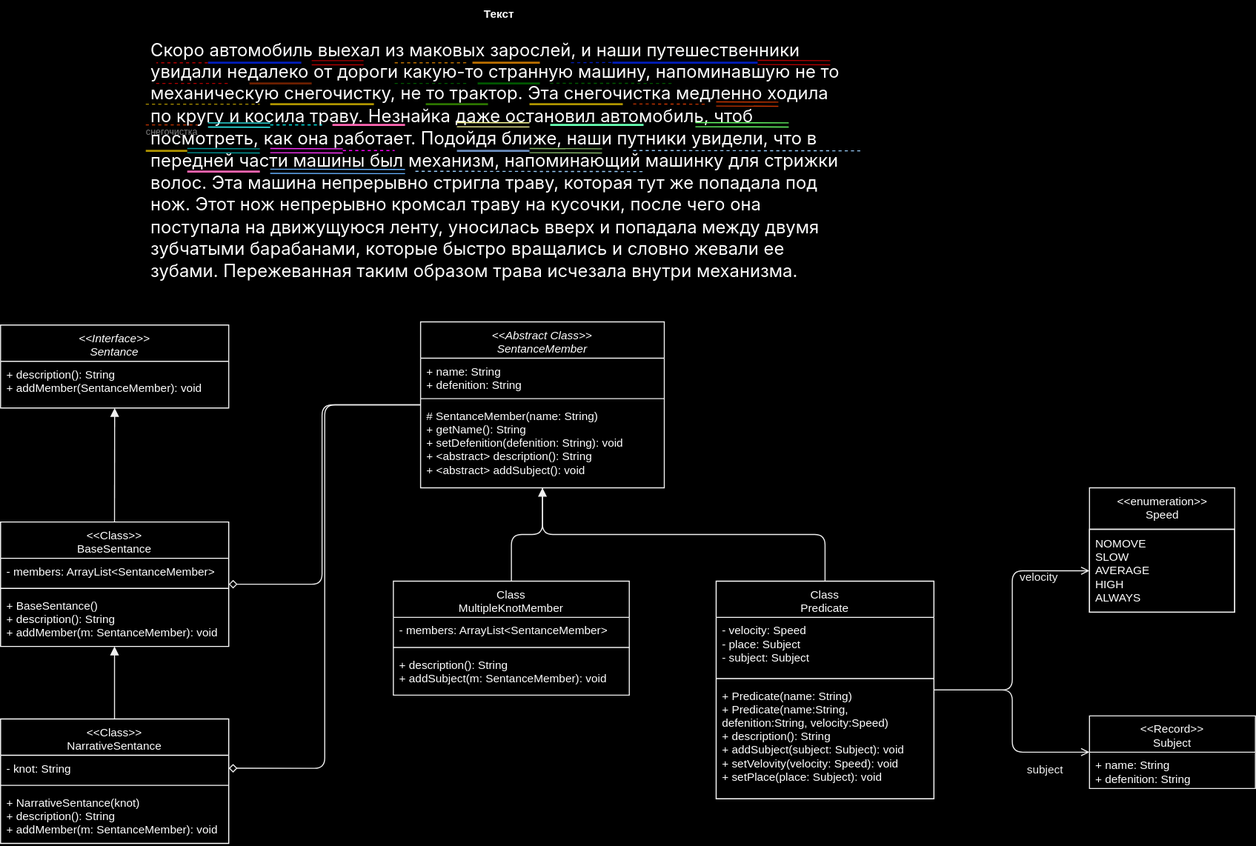
The draw.io diagram Programming/Lab3/scheme/Scheme.svg in Dmitrylesnoy/ITMO-study-labs, before a commit. Source tidied: cells renumbered, new cells last; positions are measured from the earlier drawing's top-left corner, leaving out a move shared by most shapes.
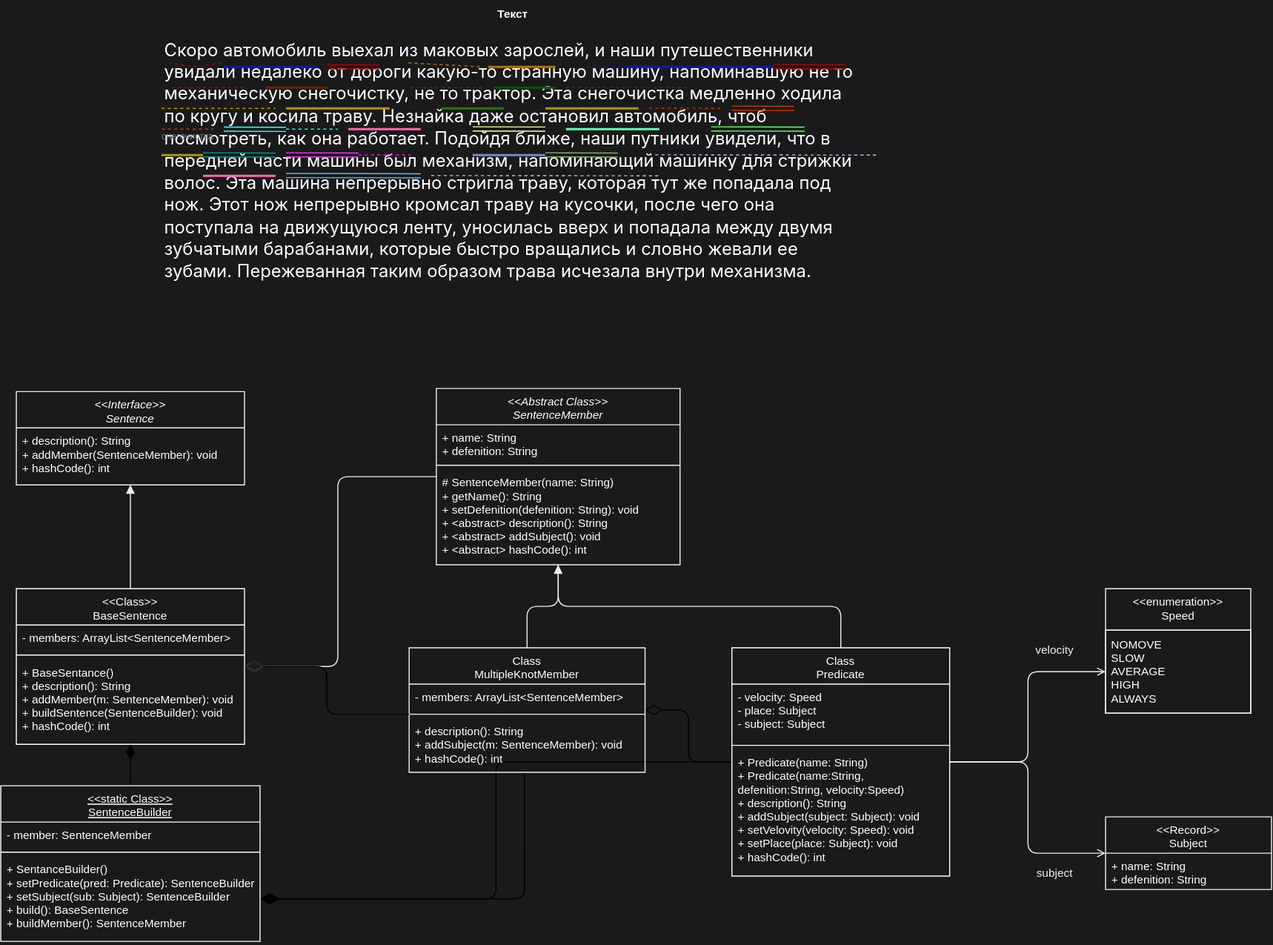
After the commit.

What changed in the source:
```diff
@@ -1,2 +1,2 @@
-<mxGraphModel background="#000000">
+<mxGraphModel background="#1A1A1A">
   <root>
@@ -5,3 +5,3 @@
     <mxCell id="2" value="&lt;h1 style=&quot;text-align: center; font-size: 11px;&quot;&gt;&lt;font color=&quot;#ffffff&quot;&gt;Текст&lt;/font&gt;&lt;/h1&gt;&lt;p style=&quot;font-size: 17px;&quot;&gt;&lt;span style=&quot;font-family: -apple-system, BlinkMacSystemFont, &amp;quot;Segoe UI&amp;quot;, Roboto, &amp;quot;Helvetica Neue&amp;quot;, Arial, &amp;quot;Noto Sans&amp;quot;, sans-serif, &amp;quot;Apple Color Emoji&amp;quot;, &amp;quot;Segoe UI Emoji&amp;quot;, &amp;quot;Segoe UI Symbol&amp;quot;, &amp;quot;Noto Color Emoji&amp;quot;;&quot;&gt;&lt;font color=&quot;#ffffff&quot;&gt;Скоро автомобиль выехал из маковых зарослей, и наши путешественники увидали недалеко от дороги какую-то странную машину, напоминавшую не то механическую снегочистку, не то трактор. Эта снегочистка медленно ходила по кругу и косила траву. Незнайка даже остановил автомобиль, чтоб посмотреть, как она работает. Подойдя ближе, наши путники увидели, что в передней части машины был механизм, напоминающий машинку для стрижки волос. Эта машина непрерывно стригла траву, которая тут же попадала под нож. Этот нож непрерывно кромсал траву на кусочки, после чего она поступала на движущуюся ленту, уносилась вверх и попадала между двумя зубчатыми барабанами, которые быстро вращались и словно жевали ее зубами. Пережеванная таким образом трава исчезала внутри механизма.&lt;/font&gt;&lt;/span&gt;&lt;br style=&quot;font-size: 11px;&quot;&gt;&lt;/p&gt;" style="text;html=1;strokeColor=none;fillColor=none;spacing=5;spacingTop=-20;whiteSpace=wrap;overflow=hidden;rounded=0;fontSize=11;" parent="1" vertex="1">
-      <mxGeometry x="140" width="680" height="300" as="geometry" />
+      <mxGeometry x="138" y="-4" width="680" height="300" as="geometry" />
     </mxCell>
@@ -167,3 +167,3 @@
     <mxCell id="36" value="&lt;&lt;Record&gt;&gt;&#10;Subject" style="swimlane;fontStyle=0;align=center;verticalAlign=top;horizontal=1;startSize=35;rounded=0;shadow=0;glass=0;labelBackgroundColor=none;strokeColor=#F0F0F0;fontSize=11;fontColor=#FFFFFF;fillColor=none;gradientColor=none;" parent="1" vertex="1">
-      <mxGeometry x="1050" y="680" width="160" height="70" as="geometry" />
+      <mxGeometry x="1050.3" y="773" width="160" height="70" as="geometry" />
     </mxCell>
@@ -172,6 +172,6 @@
     </mxCell>
-    <mxCell id="38" style="edgeStyle=elbowEdgeStyle;html=1;strokeColor=#F0F0F0;strokeWidth=1;fontSize=11;fontColor=#FFFFFF;startArrow=none;startFill=0;endArrow=diamond;endFill=0;exitX=0;exitY=0.5;exitDx=0;exitDy=0;" parent="1" edge="1" source="41" target="64">
+    <mxCell id="38" style="edgeStyle=elbowEdgeStyle;html=1;strokeColor=#F0F0F0;strokeWidth=1;fontSize=11;fontColor=#FFFFFF;startArrow=none;startFill=0;endArrow=diamondThin;endFill=0;exitX=0;exitY=0.5;exitDx=0;exitDy=0;startSize=15;endSize=16;" parent="1" edge="1" source="41" target="64">
       <mxGeometry relative="1" as="geometry">
         <Array as="points">
-          <mxPoint x="310" y="470" />
+          <mxPoint x="310" y="530" />
         </Array>
@@ -179,5 +179,2 @@
     </mxCell>
-    <mxCell id="39" style="edgeStyle=orthogonalEdgeStyle;html=1;entryX=1;entryY=0.5;entryDx=0;entryDy=0;strokeColor=#F0F0F0;strokeWidth=1;fontSize=11;fontColor=#FFFFFF;startArrow=none;startFill=0;endArrow=diamond;endFill=0;exitX=0;exitY=0.5;exitDx=0;exitDy=0;" parent="1" edge="1" source="41" target="69">
-      <mxGeometry relative="1" as="geometry" />
-    </mxCell>
     <mxCell id="40" style="edgeStyle=orthogonalEdgeStyle;html=1;strokeColor=#F0F0F0;strokeWidth=1;fontSize=11;fontColor=#FFFFFF;startArrow=none;startFill=0;endArrow=none;endFill=0;" parent="1" edge="1" source="41" target="72">
@@ -185,4 +182,4 @@
     </mxCell>
-    <mxCell id="41" value="&lt;&lt;Abstract Class&gt;&gt;&#10;SentanсeMember" style="swimlane;fontStyle=2;align=center;verticalAlign=top;horizontal=1;startSize=35;rounded=0;shadow=0;glass=0;labelBackgroundColor=none;strokeColor=#F0F0F0;fontSize=11;fontColor=#FFFFFF;fillColor=none;gradientColor=none;" parent="1" vertex="1">
-      <mxGeometry x="405" y="300" width="235" height="160" as="geometry" />
+    <mxCell id="41" value="&lt;&lt;Abstract Class&gt;&gt;&#10;SentenсeMember" style="swimlane;fontStyle=2;align=center;verticalAlign=top;horizontal=1;startSize=35;rounded=0;shadow=0;glass=0;labelBackgroundColor=none;strokeColor=#F0F0F0;fontSize=11;fontColor=#FFFFFF;fillColor=none;gradientColor=none;" parent="1" vertex="1">
+      <mxGeometry x="405" y="360" width="235" height="170" as="geometry" />
     </mxCell>
@@ -194,4 +191,4 @@
     </mxCell>
-    <mxCell id="44" value="# SentanceMember(name: String)&#10;+ getName(): String&#10;+ setDefenition(defenition: String): void&#10;+ &lt;abstract&gt; description(): String&#10;+ &lt;abstract&gt; addSubject(): void" style="text;strokeColor=none;fillColor=none;align=left;verticalAlign=top;spacingLeft=4;spacingRight=4;overflow=hidden;rounded=0;shadow=0;glass=0;labelBackgroundColor=none;fontSize=11;fontColor=#FFFFFF;" parent="41" vertex="1">
-      <mxGeometry y="78" width="235" height="82" as="geometry" />
+    <mxCell id="44" value="# SentenceMember(name: String)&#10;+ getName(): String&#10;+ setDefenition(defenition: String): void&#10;+ &lt;abstract&gt; description(): String&#10;+ &lt;abstract&gt; addSubject(): void&#10;+ &lt;abstract&gt; hashCode(): int" style="text;strokeColor=none;fillColor=none;align=left;verticalAlign=top;spacingLeft=4;spacingRight=4;overflow=hidden;rounded=0;shadow=0;glass=0;labelBackgroundColor=none;fontSize=11;fontColor=#FFFFFF;" parent="41" vertex="1">
+      <mxGeometry y="78" width="235" height="92" as="geometry" />
     </mxCell>
@@ -202,3 +199,3 @@
       <mxGeometry x="0.19" relative="1" as="geometry">
-        <mxPoint x="25" y="-28" as="offset" />
+        <mxPoint x="25" y="-43" as="offset" />
       </mxGeometry>
@@ -213,4 +210,10 @@
     </mxCell>
+    <mxCell id="76" style="edgeStyle=orthogonalEdgeStyle;html=1;endArrow=diamondThin;endFill=0;jumpSize=10;endSize=14;" parent="1" edge="1" source="49" target="72">
+      <mxGeometry relative="1" as="geometry" />
+    </mxCell>
+    <mxCell id="77" style="edgeStyle=orthogonalEdgeStyle;jumpSize=10;html=1;endArrow=diamondThin;endFill=0;startSize=16;endSize=16;" parent="1" edge="1" source="49" target="83">
+      <mxGeometry relative="1" as="geometry" />
+    </mxCell>
     <mxCell id="49" value="Class&#10;Predicate" style="swimlane;fontStyle=0;align=center;verticalAlign=top;horizontal=1;startSize=35;rounded=0;shadow=0;glass=0;labelBackgroundColor=none;strokeColor=#FFFFFF;fontSize=11;fontColor=#FFFFFF;fillColor=none;gradientColor=none;" parent="1" vertex="1">
-      <mxGeometry x="690" y="550" width="210" height="210" as="geometry" />
+      <mxGeometry x="690" y="610" width="210" height="220" as="geometry" />
     </mxCell>
@@ -222,4 +225,4 @@
     </mxCell>
-    <mxCell id="52" value="+ Predicate(name: String)&#10;+ Predicate(name:String, &#10;defenition:String, velocity:Speed)&#10;+ description(): String&#10;+ addSubject(subject: Subject): void&#10;+ setVelovity(velocity: Speed): void&#10;+ setPlace(place: Subject): void&#10;" style="text;strokeColor=none;fillColor=none;align=left;verticalAlign=top;spacingLeft=4;spacingRight=4;overflow=hidden;rounded=0;shadow=0;glass=0;labelBackgroundColor=none;fontSize=11;fontColor=#FFFFFF;" parent="49" vertex="1">
-      <mxGeometry y="98" width="210" height="112" as="geometry" />
+    <mxCell id="52" value="+ Predicate(name: String)&#10;+ Predicate(name:String, &#10;defenition:String, velocity:Speed)&#10;+ description(): String&#10;+ addSubject(subject: Subject): void&#10;+ setVelovity(velocity: Speed): void&#10;+ setPlace(place: Subject): void&#10;+ hashCode(): int" style="text;strokeColor=none;fillColor=none;align=left;verticalAlign=top;spacingLeft=4;spacingRight=4;overflow=hidden;rounded=0;shadow=0;glass=0;labelBackgroundColor=none;fontSize=11;fontColor=#FFFFFF;" parent="49" vertex="1">
+      <mxGeometry y="98" width="210" height="122" as="geometry" />
     </mxCell>
@@ -229,3 +232,3 @@
     <mxCell id="54" value="&amp;lt;&amp;lt;enumeration&amp;gt;&amp;gt;&lt;br style=&quot;font-size: 11px;&quot;&gt;Speed" style="swimlane;fontStyle=0;align=center;verticalAlign=top;horizontal=1;startSize=40;html=1;fontSize=11;fillColor=none;fontColor=#FFFFFF;strokeColor=#F0F0F0;" parent="1" vertex="1">
-      <mxGeometry x="1050" y="460" width="140" height="120" as="geometry" />
+      <mxGeometry x="1050.3" y="553" width="140" height="120" as="geometry" />
     </mxCell>
@@ -234,12 +237,10 @@
     </mxCell>
-    <mxCell id="56" style="edgeStyle=elbowEdgeStyle;html=1;strokeColor=#F0F0F0;strokeWidth=1;fontSize=11;fontColor=#FFFFFF;startArrow=block;startFill=1;endArrow=none;endFill=0;" parent="1" edge="1" target="64">
-      <mxGeometry relative="1" as="geometry">
-        <mxPoint x="110" y="383" as="sourcePoint" />
-      </mxGeometry>
+    <mxCell id="56" style="edgeStyle=elbowEdgeStyle;html=1;strokeColor=#F0F0F0;strokeWidth=1;fontSize=11;fontColor=#FFFFFF;startArrow=block;startFill=1;endArrow=none;endFill=0;" parent="1" edge="1" source="57" target="64">
+      <mxGeometry relative="1" as="geometry" />
     </mxCell>
-    <mxCell id="57" value="&lt;&lt;Interface&gt;&gt;&#10;Sentanсe" style="swimlane;fontStyle=2;align=center;verticalAlign=top;horizontal=1;startSize=35;rounded=0;shadow=0;glass=0;labelBackgroundColor=none;strokeColor=#F0F0F0;fontSize=11;fontColor=#FFFFFF;fillColor=none;gradientColor=none;" parent="1" vertex="1">
-      <mxGeometry y="303" width="220" height="80" as="geometry" />
+    <mxCell id="57" value="&lt;&lt;Interface&gt;&gt;&#10;Sentenсe" style="swimlane;fontStyle=2;align=center;verticalAlign=top;horizontal=1;startSize=35;rounded=0;shadow=0;glass=0;labelBackgroundColor=none;strokeColor=#F0F0F0;fontSize=11;fontColor=#FFFFFF;fillColor=none;gradientColor=none;" parent="1" vertex="1">
+      <mxGeometry y="363" width="220" height="90" as="geometry" />
     </mxCell>
-    <mxCell id="58" value="+ description(): String&#10;+ addMember(SentanceMember): void&#10;" style="text;strokeColor=none;fillColor=none;align=left;verticalAlign=top;spacingLeft=4;spacingRight=4;overflow=hidden;rounded=0;shadow=0;glass=0;labelBackgroundColor=none;fontSize=11;fontColor=#FFFFFF;" parent="57" vertex="1">
-      <mxGeometry y="35" width="220" height="45" as="geometry" />
+    <mxCell id="58" value="+ description(): String&#10;+ addMember(SentenceMember): void&#10;+ hashCode(): int" style="text;strokeColor=none;fillColor=none;align=left;verticalAlign=top;spacingLeft=4;spacingRight=4;overflow=hidden;rounded=0;shadow=0;glass=0;labelBackgroundColor=none;fontSize=11;fontColor=#FFFFFF;" parent="57" vertex="1">
+      <mxGeometry y="35" width="220" height="55" as="geometry" />
     </mxCell>
@@ -266,9 +267,6 @@
     </mxCell>
-    <mxCell id="63" style="edgeStyle=elbowEdgeStyle;html=1;strokeColor=#F0F0F0;strokeWidth=1;fontSize=11;fontColor=#FFFFFF;startArrow=block;startFill=1;endArrow=none;endFill=0;" parent="1" edge="1" source="64" target="68">
-      <mxGeometry relative="1" as="geometry" />
-    </mxCell>
-    <mxCell id="64" value="&lt;&lt;Class&gt;&gt;&#10;BaseSentance" style="swimlane;fontStyle=0;align=center;verticalAlign=top;horizontal=1;startSize=35;rounded=0;shadow=0;glass=0;labelBackgroundColor=none;strokeColor=#FFFFFF;fontSize=11;fontColor=#FFFFFF;fillColor=none;gradientColor=none;" parent="1" vertex="1">
-      <mxGeometry y="493" width="220" height="120" as="geometry" />
+    <mxCell id="64" value="&lt;&lt;Class&gt;&gt;&#10;BaseSentence" style="swimlane;fontStyle=0;align=center;verticalAlign=top;horizontal=1;startSize=35;rounded=0;shadow=0;glass=0;labelBackgroundColor=none;strokeColor=#FFFFFF;fontSize=11;fontColor=#FFFFFF;fillColor=none;gradientColor=none;" parent="1" vertex="1">
+      <mxGeometry y="553" width="220" height="150" as="geometry" />
     </mxCell>
-    <mxCell id="65" value="- members: ArrayList&lt;SentanceMember&gt;" style="text;strokeColor=none;fillColor=none;align=left;verticalAlign=top;spacingLeft=4;spacingRight=4;overflow=hidden;rounded=0;shadow=0;glass=0;labelBackgroundColor=none;fontSize=11;fontColor=#FFFFFF;" parent="64" vertex="1">
+    <mxCell id="65" value="- members: ArrayList&lt;SentenceMember&gt;" style="text;strokeColor=none;fillColor=none;align=left;verticalAlign=top;spacingLeft=4;spacingRight=4;overflow=hidden;rounded=0;shadow=0;glass=0;labelBackgroundColor=none;fontSize=11;fontColor=#FFFFFF;" parent="64" vertex="1">
       <mxGeometry y="35" width="220" height="25" as="geometry" />
@@ -278,21 +276,12 @@
     </mxCell>
-    <mxCell id="67" value="+ BaseSentance()&#10;+ description(): String&#10;+ addMember(m: SentanceMember): void" style="text;strokeColor=none;fillColor=none;align=left;verticalAlign=top;spacingLeft=4;spacingRight=4;overflow=hidden;rounded=0;shadow=0;glass=0;labelBackgroundColor=none;fontSize=11;fontColor=#FFFFFF;" parent="64" vertex="1">
-      <mxGeometry y="68" width="220" height="52" as="geometry" />
+    <mxCell id="67" value="+ BaseSentance()&#10;+ description(): String&#10;+ addMember(m: SentenceMember): void&#10;+ buildSentence(SentenceBuilder): void&#10;+ hashCode(): int" style="text;strokeColor=none;fillColor=none;align=left;verticalAlign=top;spacingLeft=4;spacingRight=4;overflow=hidden;rounded=0;shadow=0;glass=0;labelBackgroundColor=none;fontSize=11;fontColor=#FFFFFF;" parent="64" vertex="1">
+      <mxGeometry y="68" width="220" height="82" as="geometry" />
     </mxCell>
-    <mxCell id="68" value="&lt;&lt;Class&gt;&gt;&#10;NarrativeSentance" style="swimlane;fontStyle=0;align=center;verticalAlign=top;horizontal=1;startSize=35;rounded=0;shadow=0;glass=0;labelBackgroundColor=none;strokeColor=#FFFFFF;fontSize=11;fontColor=#FFFFFF;fillColor=none;gradientColor=none;" parent="1" vertex="1">
-      <mxGeometry y="683" width="220" height="120" as="geometry" />
-    </mxCell>
-    <mxCell id="69" value="- knot: String" style="text;strokeColor=none;fillColor=none;align=left;verticalAlign=top;spacingLeft=4;spacingRight=4;overflow=hidden;points=[[0,0.5],[1,0.5]];portConstraint=eastwest;rounded=0;shadow=0;glass=0;labelBackgroundColor=none;fontSize=11;fontColor=#FFFFFF;" parent="68" vertex="1">
-      <mxGeometry y="35" width="220" height="25" as="geometry" />
-    </mxCell>
-    <mxCell id="70" style="line;strokeWidth=1;fillColor=none;align=left;verticalAlign=middle;spacingTop=-1;spacingLeft=3;spacingRight=3;labelPosition=right;strokeColor=inherit;rounded=0;shadow=0;glass=0;labelBackgroundColor=none;fontSize=11;fontColor=#FFFFFF;" parent="68" vertex="1">
-      <mxGeometry y="60" width="220" height="8" as="geometry" />
-    </mxCell>
-    <mxCell id="71" value="+ NarrativeSentance(knot)&#10;+ description(): String&#10;+ addMember(m: SentanceMember): void" style="text;strokeColor=none;fillColor=none;align=left;verticalAlign=top;spacingLeft=4;spacingRight=4;overflow=hidden;rounded=0;shadow=0;glass=0;labelBackgroundColor=none;fontSize=11;fontColor=#FFFFFF;" parent="68" vertex="1">
-      <mxGeometry y="68" width="220" height="52" as="geometry" />
-    </mxCell>
+    <mxCell id="78" style="edgeStyle=orthogonalEdgeStyle;jumpSize=10;html=1;endArrow=diamondThin;endFill=1;endSize=14;exitX=0.489;exitY=1;exitDx=0;exitDy=0;exitPerimeter=0;" parent="1" edge="1" source="75" target="83">
+      <mxGeometry relative="1" as="geometry" />
+    </mxCell>
     <mxCell id="72" value="Class&#10;MultipleKnotMember" style="swimlane;fontStyle=0;align=center;verticalAlign=top;horizontal=1;startSize=35;rounded=0;shadow=0;glass=0;labelBackgroundColor=none;strokeColor=#F0F0F0;fontSize=11;fontColor=#FFFFFF;fillColor=none;gradientColor=none;" parent="1" vertex="1">
-      <mxGeometry x="378.8" y="550" width="227.5" height="110" as="geometry" />
+      <mxGeometry x="378.8" y="610" width="227.5" height="120" as="geometry" />
     </mxCell>
-    <mxCell id="73" value="- members: ArrayList&lt;SentanceMember&gt;" style="text;strokeColor=none;fillColor=none;align=left;verticalAlign=top;spacingLeft=4;spacingRight=4;overflow=hidden;rounded=0;shadow=0;glass=0;labelBackgroundColor=none;fontSize=11;fontColor=#FFFFFF;" parent="72" vertex="1">
+    <mxCell id="73" value="- members: ArrayList&lt;SentenceMember&gt;" style="text;strokeColor=none;fillColor=none;align=left;verticalAlign=top;spacingLeft=4;spacingRight=4;overflow=hidden;rounded=0;shadow=0;glass=0;labelBackgroundColor=none;fontSize=11;fontColor=#FFFFFF;" parent="72" vertex="1">
       <mxGeometry y="35" width="227.5" height="25" as="geometry" />
@@ -302,5 +291,23 @@
     </mxCell>
-    <mxCell id="75" value="+ description(): String&#10;+ addSubject(m: SentanceMember): void" style="text;strokeColor=none;fillColor=none;align=left;verticalAlign=top;spacingLeft=4;spacingRight=4;overflow=hidden;points=[[0,0.5],[1,0.5]];portConstraint=eastwest;rounded=0;shadow=0;glass=0;labelBackgroundColor=none;fontSize=11;fontColor=#FFFFFF;" parent="72" vertex="1">
-      <mxGeometry y="68" width="227.5" height="42" as="geometry" />
+    <mxCell id="75" value="+ description(): String&#10;+ addSubject(m: SentenceMember): void&#10;+ hashCode(): int" style="text;strokeColor=none;fillColor=none;align=left;verticalAlign=top;spacingLeft=4;spacingRight=4;overflow=hidden;points=[[0,0.5],[1,0.5]];portConstraint=eastwest;rounded=0;shadow=0;glass=0;labelBackgroundColor=none;fontSize=11;fontColor=#FFFFFF;" parent="72" vertex="1">
+      <mxGeometry y="68" width="227.5" height="52" as="geometry" />
     </mxCell>
+    <mxCell id="79" style="edgeStyle=none;html=1;endArrow=diamondThin;endFill=1;jumpSize=7;endSize=12;" parent="1" edge="1" source="80" target="64">
+      <mxGeometry relative="1" as="geometry" />
+    </mxCell>
+    <mxCell id="80" value="&lt;&lt;static Class&gt;&gt;&#10;SentenceBuilder" style="swimlane;fontStyle=4;align=center;verticalAlign=top;horizontal=1;startSize=35;rounded=0;shadow=0;glass=0;labelBackgroundColor=none;strokeColor=#FFFFFF;fontSize=11;fontColor=#FFFFFF;fillColor=none;gradientColor=none;" parent="1" vertex="1">
+      <mxGeometry x="-15" y="743" width="250" height="150" as="geometry" />
+    </mxCell>
+    <mxCell id="81" value="- member: SentenceMember" style="text;strokeColor=none;fillColor=none;align=left;verticalAlign=top;spacingLeft=4;spacingRight=4;overflow=hidden;rounded=0;shadow=0;glass=0;labelBackgroundColor=none;fontSize=11;fontColor=#FFFFFF;" parent="80" vertex="1">
+      <mxGeometry y="35" width="250" height="25" as="geometry" />
+    </mxCell>
+    <mxCell id="82" style="line;strokeWidth=1;fillColor=none;align=left;verticalAlign=middle;spacingTop=-1;spacingLeft=3;spacingRight=3;labelPosition=right;strokeColor=inherit;rounded=0;shadow=0;glass=0;labelBackgroundColor=none;fontSize=11;fontColor=#FFFFFF;" parent="80" vertex="1">
+      <mxGeometry y="60" width="250" height="8" as="geometry" />
+    </mxCell>
+    <mxCell id="83" value="+ SentanceBuilder()&#10;+ setPredicate(pred: Predicate): SentenceBuilder&#10;+ setSubject(sub: Subject): SentenceBuilder&#10;+ build(): BaseSentence&#10;+ buildMember(): SentenceMember&#10;" style="text;strokeColor=none;fillColor=none;align=left;verticalAlign=top;spacingLeft=4;spacingRight=4;overflow=hidden;points=[[0,0.5],[1,0.5]];portConstraint=eastwest;rounded=0;shadow=0;glass=0;labelBackgroundColor=none;fontSize=11;fontColor=#FFFFFF;" parent="80" vertex="1">
+      <mxGeometry y="68" width="250" height="82" as="geometry" />
+    </mxCell>
+    <mxCell id="84" style="edgeStyle=orthogonalEdgeStyle;jumpSize=10;html=1;endArrow=diamondThin;endFill=0;endSize=16;startSize=16;" parent="1" edge="1" source="74" target="64">
+      <mxGeometry relative="1" as="geometry" />
+    </mxCell>
   </root>
```
